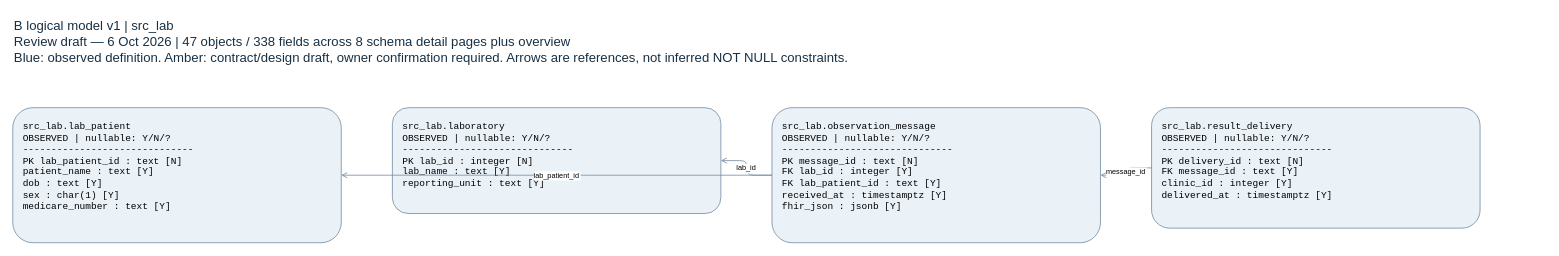
LyphardRover/glucolink-a2 keeps this draw.io diagram as page "src_lab" (3 of 9) of docs/logical_model_v1.drawio. Above is the earlier version. Source tidied: cells renumbered, new cells numbered last; positions are measured from the earlier drawing's top-left corner, leaving out a move shared by most shapes. Both pictures are drawn from the tidied source at 73%, with x=0, y=0 at pixel (12, 12).
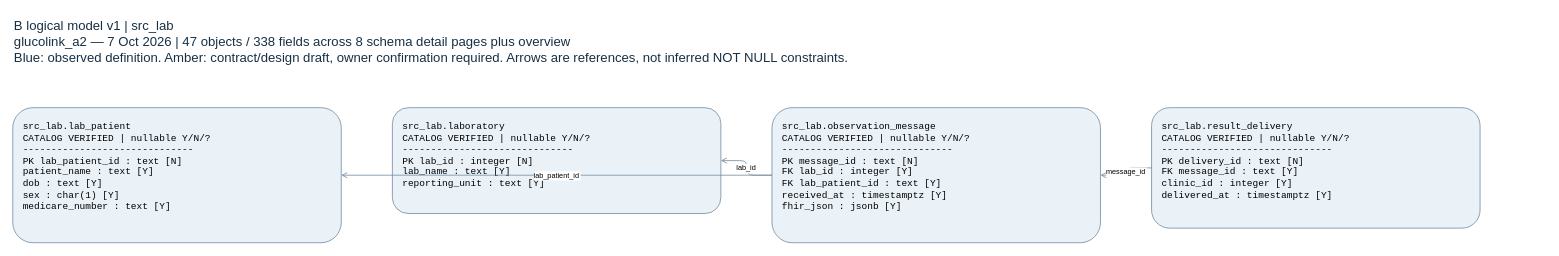
Above is the later version.

Diff of the diagram source:
```diff
@@
 <mxGraphModel>
   <root>
     <mxCell id="0" />
     <mxCell id="1" parent="0" />
-    <mxCell id="2" value="B logical model v1 | src_lab&#10;Review draft — 6 Oct 2026 | 47 objects / 338 fields across 8 schema detail pages plus overview&#10;Blue: observed definition. Amber: contract/design draft, owner confirmation required. Arrows are references, not inferred NOT NULL constraints." style="text;html=0;align=left;verticalAlign=top;fontSize=18;fontColor=#183044;" parent="1" vertex="1">
+    <mxCell id="2" value="B logical model v1 | src_lab&#10;glucolink_a2 — 7 Oct 2026 | 47 objects / 338 fields across 8 schema detail pages plus overview&#10;Blue: observed definition. Amber: contract/design draft, owner confirmation required. Arrows are references, not inferred NOT NULL constraints." style="text;html=0;align=left;verticalAlign=top;fontSize=18;fontColor=#183044;" parent="1" vertex="1">
       <mxGeometry width="2100" height="120" as="geometry" />
     </mxCell>
-    <mxCell id="3" value="src_lab.lab_patient&#10;OBSERVED | nullable: Y/N/?&#10;------------------------------&#10;PK lab_patient_id : text [N]&#10;   patient_name : text [Y]&#10;   dob : text [Y]&#10;   sex : char(1) [Y]&#10;   medicare_number : text [Y]" style="rounded=1;whiteSpace=wrap;html=0;align=left;verticalAlign=top;spacing=14;fontFamily=Courier New;fontSize=13;fillColor=#eaf2f8;strokeColor=#66809a;" parent="1" vertex="1">
+    <mxCell id="3" value="src_lab.lab_patient&#10;CATALOG VERIFIED | nullable Y/N/?&#10;------------------------------&#10;PK lab_patient_id : text [N]&#10;   patient_name : text [Y]&#10;   dob : text [Y]&#10;   sex : char(1) [Y]&#10;   medicare_number : text [Y]" style="rounded=1;whiteSpace=wrap;html=0;align=left;verticalAlign=top;spacing=14;fontFamily=Courier New;fontSize=13;fillColor=#eaf2f8;strokeColor=#66809a;" parent="1" vertex="1">
       <mxGeometry y="130" width="450" height="185" as="geometry" />
     </mxCell>
-    <mxCell id="4" value="src_lab.laboratory&#10;OBSERVED | nullable: Y/N/?&#10;------------------------------&#10;PK lab_id : integer [N]&#10;   lab_name : text [Y]&#10;   reporting_unit : text [Y]" style="rounded=1;whiteSpace=wrap;html=0;align=left;verticalAlign=top;spacing=14;fontFamily=Courier New;fontSize=13;fillColor=#eaf2f8;strokeColor=#66809a;" parent="1" vertex="1">
+    <mxCell id="4" value="src_lab.laboratory&#10;CATALOG VERIFIED | nullable Y/N/?&#10;------------------------------&#10;PK lab_id : integer [N]&#10;   lab_name : text [Y]&#10;   reporting_unit : text [Y]" style="rounded=1;whiteSpace=wrap;html=0;align=left;verticalAlign=top;spacing=14;fontFamily=Courier New;fontSize=13;fillColor=#eaf2f8;strokeColor=#66809a;" parent="1" vertex="1">
       <mxGeometry x="520" y="130" width="450" height="145" as="geometry" />
     </mxCell>
-    <mxCell id="5" value="src_lab.observation_message&#10;OBSERVED | nullable: Y/N/?&#10;------------------------------&#10;PK message_id : text [N]&#10;FK lab_id : integer [Y]&#10;FK lab_patient_id : text [Y]&#10;   received_at : timestamptz [Y]&#10;   fhir_json : jsonb [Y]" style="rounded=1;whiteSpace=wrap;html=0;align=left;verticalAlign=top;spacing=14;fontFamily=Courier New;fontSize=13;fillColor=#eaf2f8;strokeColor=#66809a;" parent="1" vertex="1">
+    <mxCell id="5" value="src_lab.observation_message&#10;CATALOG VERIFIED | nullable Y/N/?&#10;------------------------------&#10;PK message_id : text [N]&#10;FK lab_id : integer [Y]&#10;FK lab_patient_id : text [Y]&#10;   received_at : timestamptz [Y]&#10;   fhir_json : jsonb [Y]" style="rounded=1;whiteSpace=wrap;html=0;align=left;verticalAlign=top;spacing=14;fontFamily=Courier New;fontSize=13;fillColor=#eaf2f8;strokeColor=#66809a;" parent="1" vertex="1">
       <mxGeometry x="1040" y="130" width="450" height="185" as="geometry" />
     </mxCell>
-    <mxCell id="6" value="src_lab.result_delivery&#10;OBSERVED | nullable: Y/N/?&#10;------------------------------&#10;PK delivery_id : text [N]&#10;FK message_id : text [Y]&#10;   clinic_id : integer [Y]&#10;   delivered_at : timestamptz [Y]" style="rounded=1;whiteSpace=wrap;html=0;align=left;verticalAlign=top;spacing=14;fontFamily=Courier New;fontSize=13;fillColor=#eaf2f8;strokeColor=#66809a;" parent="1" vertex="1">
+    <mxCell id="6" value="src_lab.result_delivery&#10;CATALOG VERIFIED | nullable Y/N/?&#10;------------------------------&#10;PK delivery_id : text [N]&#10;FK message_id : text [Y]&#10;   clinic_id : integer [Y]&#10;   delivered_at : timestamptz [Y]" style="rounded=1;whiteSpace=wrap;html=0;align=left;verticalAlign=top;spacing=14;fontFamily=Courier New;fontSize=13;fillColor=#eaf2f8;strokeColor=#66809a;" parent="1" vertex="1">
       <mxGeometry x="1560" y="130" width="450" height="165" as="geometry" />
     </mxCell>
     <mxCell id="7" value="lab_patient_id" style="edgeStyle=orthogonalEdgeStyle;endArrow=open;strokeColor=#66809a;fontSize=10;labelBackgroundColor=#ffffff;" parent="1" edge="1" source="5" target="3">
       <mxGeometry relative="1" as="geometry" />
     </mxCell>
     <mxCell id="8" value="lab_id" style="edgeStyle=orthogonalEdgeStyle;endArrow=open;strokeColor=#66809a;fontSize=10;labelBackgroundColor=#ffffff;" parent="1" edge="1" source="5" target="4">
       <mxGeometry relative="1" as="geometry" />
     </mxCell>
     <mxCell id="9" value="message_id" style="edgeStyle=orthogonalEdgeStyle;endArrow=open;strokeColor=#66809a;fontSize=10;labelBackgroundColor=#ffffff;" parent="1" edge="1" source="6" target="5">
       <mxGeometry relative="1" as="geometry" />
     </mxCell>
   </root>
 </mxGraphModel>
```
